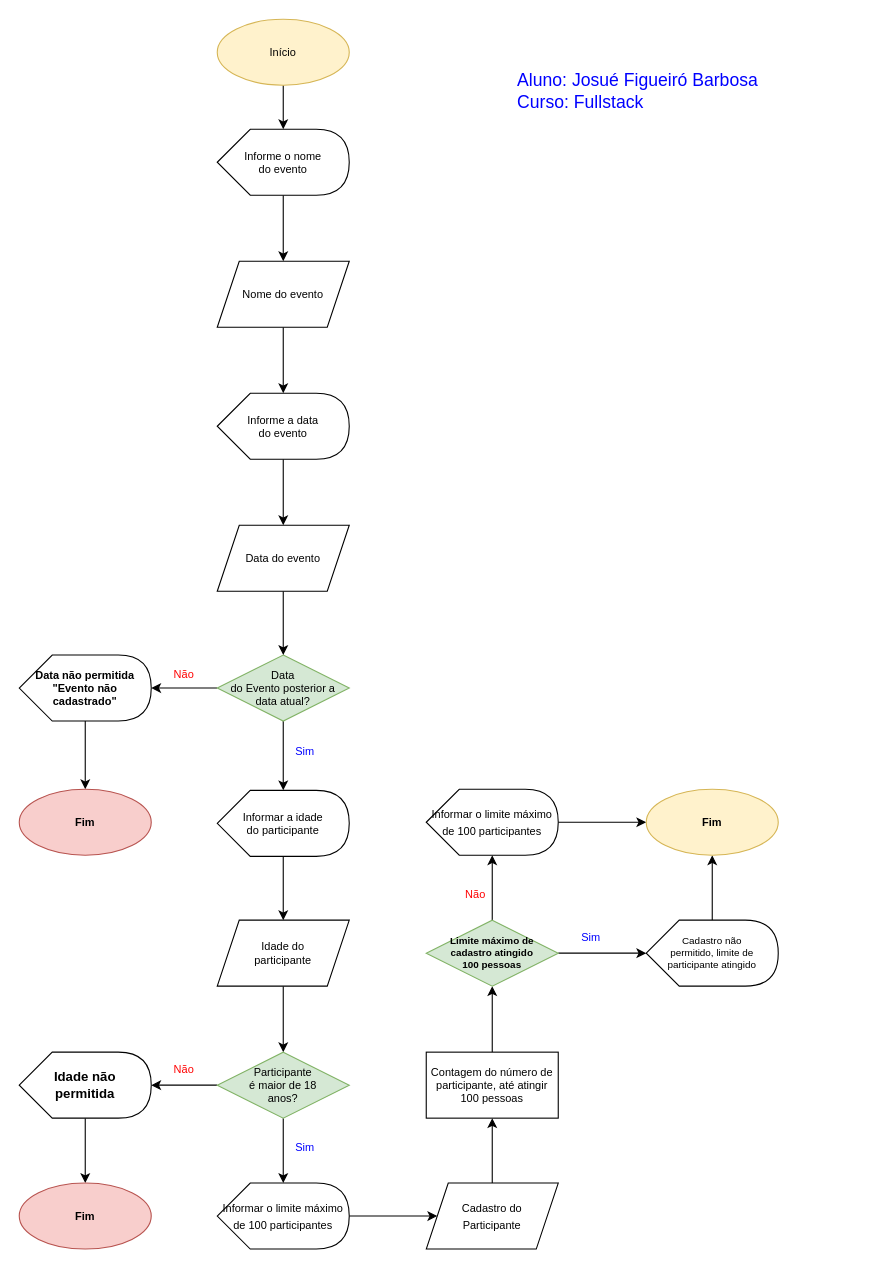
Before: Untitled Diagram.drawio in BarbosaJosue/senai-versoes-colaboracoes, a draw.io diagram. Source tidied: cells renumbered, new cells numbered last; positions are measured from the earlier drawing's top-left corner, leaving out a move shared by most shapes. Both pictures are drawn from the tidied source at 110%, with x=0, y=0 at pixel (19, 19).
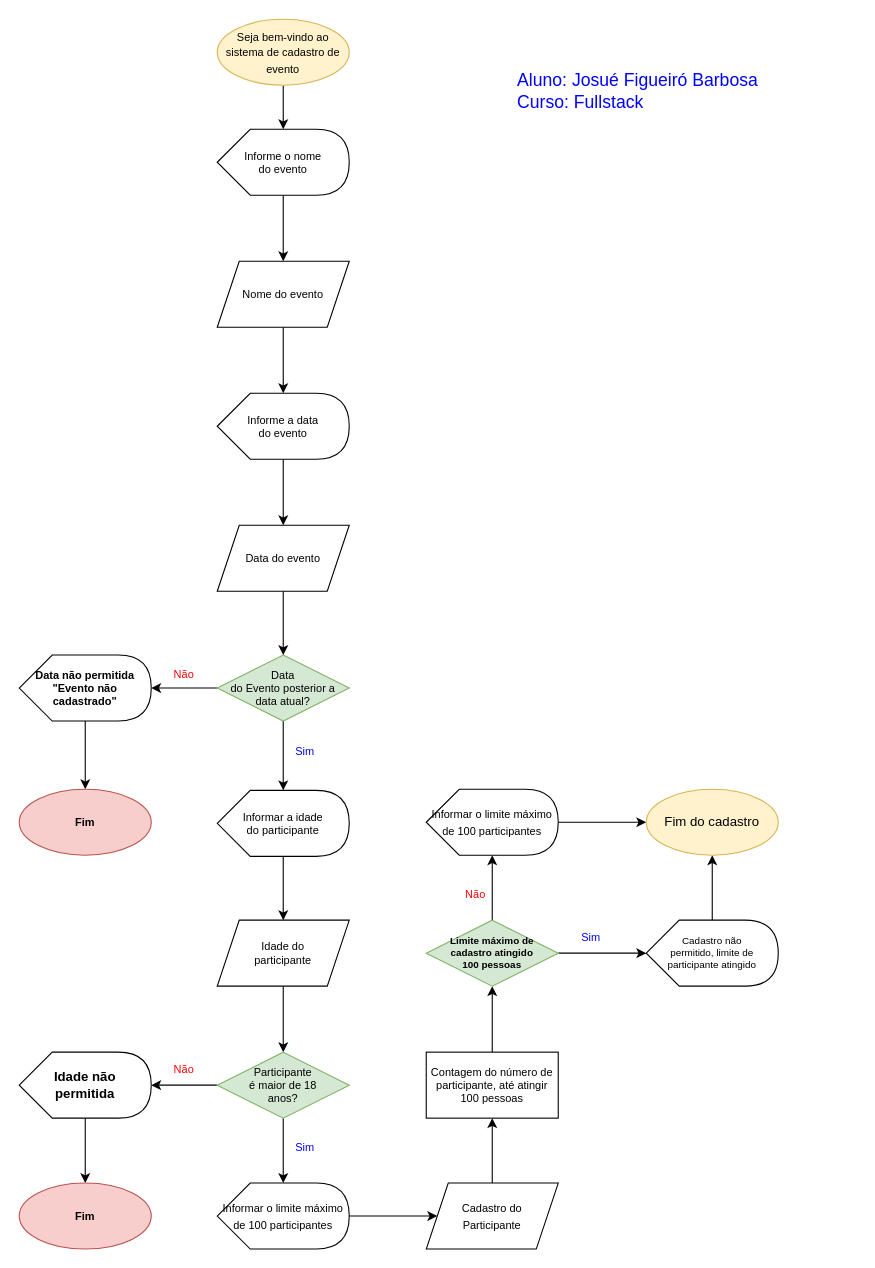
Above is the later version.

Commit message:
Fluxograma de Cadastro de Evento.drawio

What changed in the source:
```diff
@@
-    <mxCell id="5" value="&lt;font style=&quot;font-size: 10px&quot;&gt;Início&lt;/font&gt;" style="ellipse;whiteSpace=wrap;html=1;fillColor=#fff2cc;strokeColor=#d6b656;" parent="1" vertex="1">
+    <mxCell id="5" value="&lt;font style=&quot;font-size: 10px&quot;&gt;Seja bem-vindo ao sistema de cadastro de evento&lt;/font&gt;" style="ellipse;whiteSpace=wrap;html=1;fillColor=#fff2cc;strokeColor=#d6b656;" parent="1" vertex="1">
       <mxGeometry x="180" width="120" height="60" as="geometry" />
     </mxCell>
@@
-    <mxCell id="45" value="&lt;div style=&quot;font-size: 10px&quot;&gt;&lt;b&gt;&lt;font style=&quot;font-size: 10px&quot;&gt;Fim&lt;/font&gt;&lt;/b&gt;&lt;/div&gt;" style="ellipse;whiteSpace=wrap;html=1;fillColor=#fff2cc;strokeColor=#d6b656;" parent="1" vertex="1">
+    <mxCell id="45" value="Fim do cadastro" style="ellipse;whiteSpace=wrap;html=1;fillColor=#fff2cc;strokeColor=#d6b656;" parent="1" vertex="1">
       <mxGeometry x="570" y="700" width="120" height="60" as="geometry" />
     </mxCell>
```
